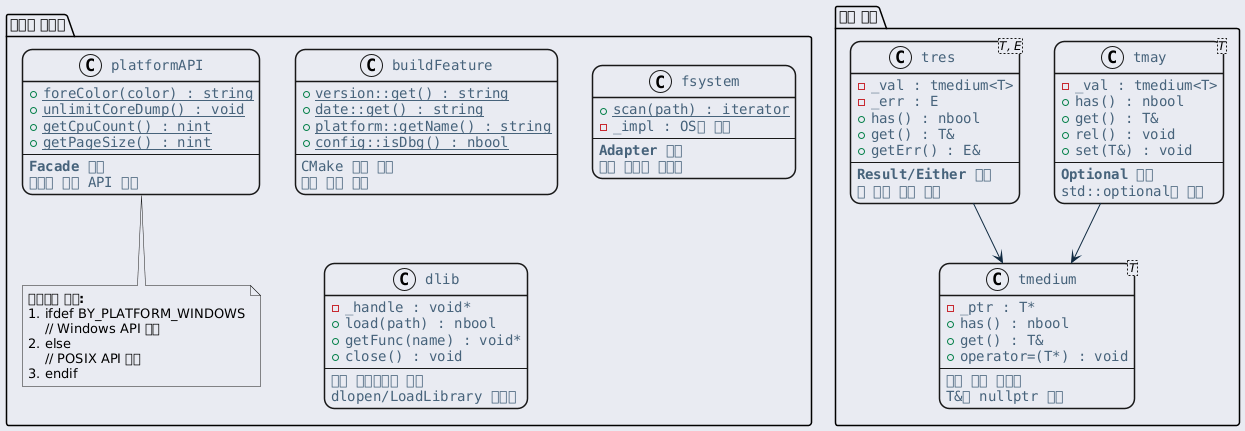
The PlantUML diagram ref/generated/ko/inline_umlgraph_2.png in byeolang/website, before a commit. Its diagram source:
```plantuml
@startuml inline_umlgraph_2.png
<style>
  root {
    BackGroundColor: #E9EBF2;
  }
  class, node, object, participant, actor, boundary, control, entity, database, collections, queue {
    LineThickness: 1.5;
    HorizontalAlignment center;
    FontColor: #47637b;
    FontSize: 14;
    FontName: "Courier";
    RoundCorner: 20;
  }
  arrow {
    LineColor: #112a40;
    FontColor: #ca5fa4;
    FontStyle: "bold"
  }
  visibilityIcon {
    protected {
      LineColor DarkGoldenRod
      BackgroundColor DarkGoldenRod
    }
}
</style>
package "에러 처리" {
  class "tmay<T>" as tmay {
    - _val : tmedium<T>
    + has() : nbool
    + get() : T&
    + rel() : void
    + set(T&) : void
    --
    <b>Optional 타입</b>
    std::optional과 유사
  }

  class "tres<T, E>" as tres {
    - _val : tmedium<T>
    - _err : E
    + has() : nbool
    + get() : T&
    + getErr() : E&
    --
    <b>Result/Either 타입</b>
    값 또는 에러 반환
  }

  class "tmedium<T>" as tmedium {
    - _ptr : T*
    + has() : nbool
    + get() : T&
    + operator=(T*) : void
    --
    <b>내부 구현 클래스</b>
    T&와 nullptr 처리
  }
}

package "플랫폼 추상화" {
  class platformAPI {
    + {static} foreColor(color) : string
    + {static} unlimitCoreDump() : void
    + {static} getCpuCount() : nint
    + {static} getPageSize() : nint
    --
    <b>Facade 패턴</b>
    플랫폼 종속 API 통합
  }

  class buildFeature {
    + {static} version::get() : string
    + {static} date::get() : string
    + {static} platform::getName() : string
    + {static} config::isDbg() : nbool
    --
    CMake 자동 생성
    빌드 정보 제공
  }

  class fsystem {
    + {static} scan(path) : iterator
    - _impl : OS별 구현
    --
    <b>Adapter 패턴</b>
    파일 시스템 추상화
  }

  class dlib {
    - _handle : void*
    + load(path) : nbool
    + getFunc(name) : void*
    + close() : void
    --
    동적 라이브러리 로딩
    dlopen/LoadLibrary 추상화
  }

  note bottom of platformAPI
    <b>플랫폼별 분기:</b>
    #ifdef BY_PLATFORM_WINDOWS
        // Windows API 사용
    #else
        // POSIX API 사용
    #endif
  end note
}

tmay --> tmedium
tres --> tmedium
@enduml
```
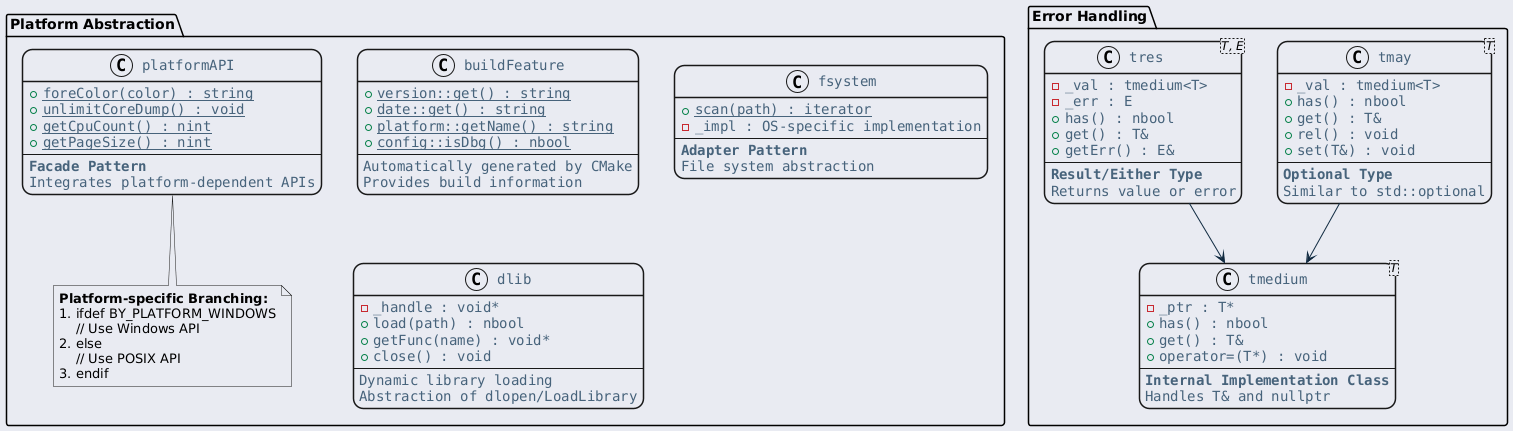
The same diagram one commit later.

Change to the diagram source:
```diff
@@ -23,7 +23,7 @@
     }
 }
 </style>
-package "에러 처리" {
+package "Error Handling" {
   class "tmay<T>" as tmay {
     - _val : tmedium<T>
     + has() : nbool
@@ -31,8 +31,8 @@
     + rel() : void
     + set(T&) : void
     --
-    <b>Optional 타입</b>
-    std::optional과 유사
+    <b>Optional Type</b>
+    Similar to std::optional
   }
 
   class "tres<T, E>" as tres {
@@ -42,8 +42,8 @@
     + get() : T&
     + getErr() : E&
     --
-    <b>Result/Either 타입</b>
-    값 또는 에러 반환
+    <b>Result/Either Type</b>
+    Returns value or error
   }
 
   class "tmedium<T>" as tmedium {
@@ -52,20 +52,20 @@
     + get() : T&
     + operator=(T*) : void
     --
-    <b>내부 구현 클래스</b>
-    T&와 nullptr 처리
+    <b>Internal Implementation Class</b>
+    Handles T& and nullptr
   }
 }
 
-package "플랫폼 추상화" {
+package "Platform Abstraction" {
   class platformAPI {
     + {static} foreColor(color) : string
     + {static} unlimitCoreDump() : void
     + {static} getCpuCount() : nint
     + {static} getPageSize() : nint
     --
-    <b>Facade 패턴</b>
-    플랫폼 종속 API 통합
+    <b>Facade Pattern</b>
+    Integrates platform-dependent APIs
   }
 
   class buildFeature {
@@ -74,16 +74,16 @@
     + {static} platform::getName() : string
     + {static} config::isDbg() : nbool
     --
-    CMake 자동 생성
-    빌드 정보 제공
+    Automatically generated by CMake
+    Provides build information
   }
 
   class fsystem {
     + {static} scan(path) : iterator
-    - _impl : OS별 구현
+    - _impl : OS-specific implementation
     --
-    <b>Adapter 패턴</b>
-    파일 시스템 추상화
+    <b>Adapter Pattern</b>
+    File system abstraction
   }
 
   class dlib {
@@ -92,16 +92,16 @@
     + getFunc(name) : void*
     + close() : void
     --
-    동적 라이브러리 로딩
-    dlopen/LoadLibrary 추상화
+    Dynamic library loading
+    Abstraction of dlopen/LoadLibrary
   }
 
   note bottom of platformAPI
-    <b>플랫폼별 분기:</b>
+    <b>Platform-specific Branching:</b>
     #ifdef BY_PLATFORM_WINDOWS
-        // Windows API 사용
+        // Use Windows API
     #else
-        // POSIX API 사용
+        // Use POSIX API
     #endif
   end note
 }
```
